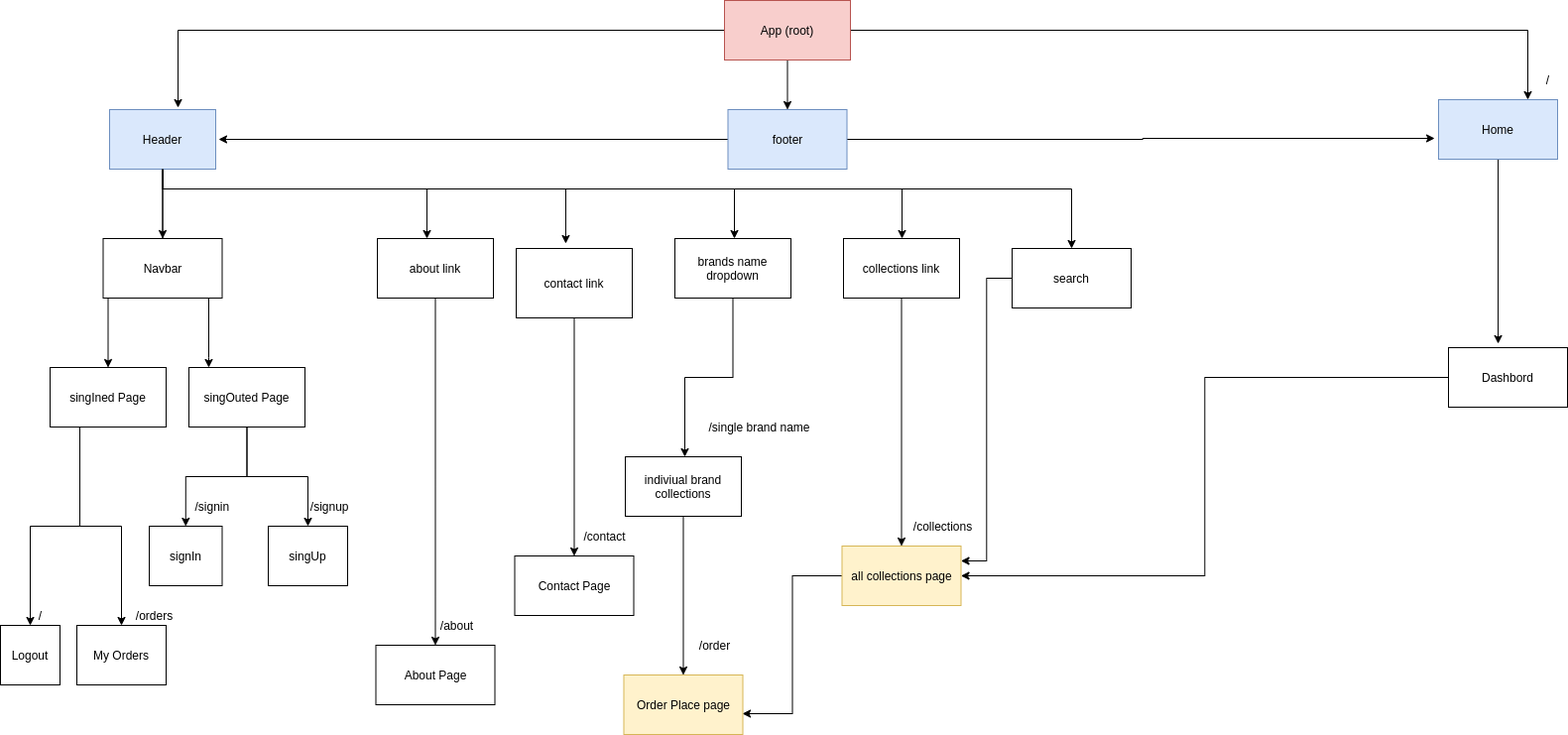
Above: flowChart.png in kapeiharshad/ecommerce-ui (draw.io), before the change. Source tidied: cells renumbered, new cells last; positions are measured from the earlier drawing's top-left corner, leaving out a move shared by most shapes.
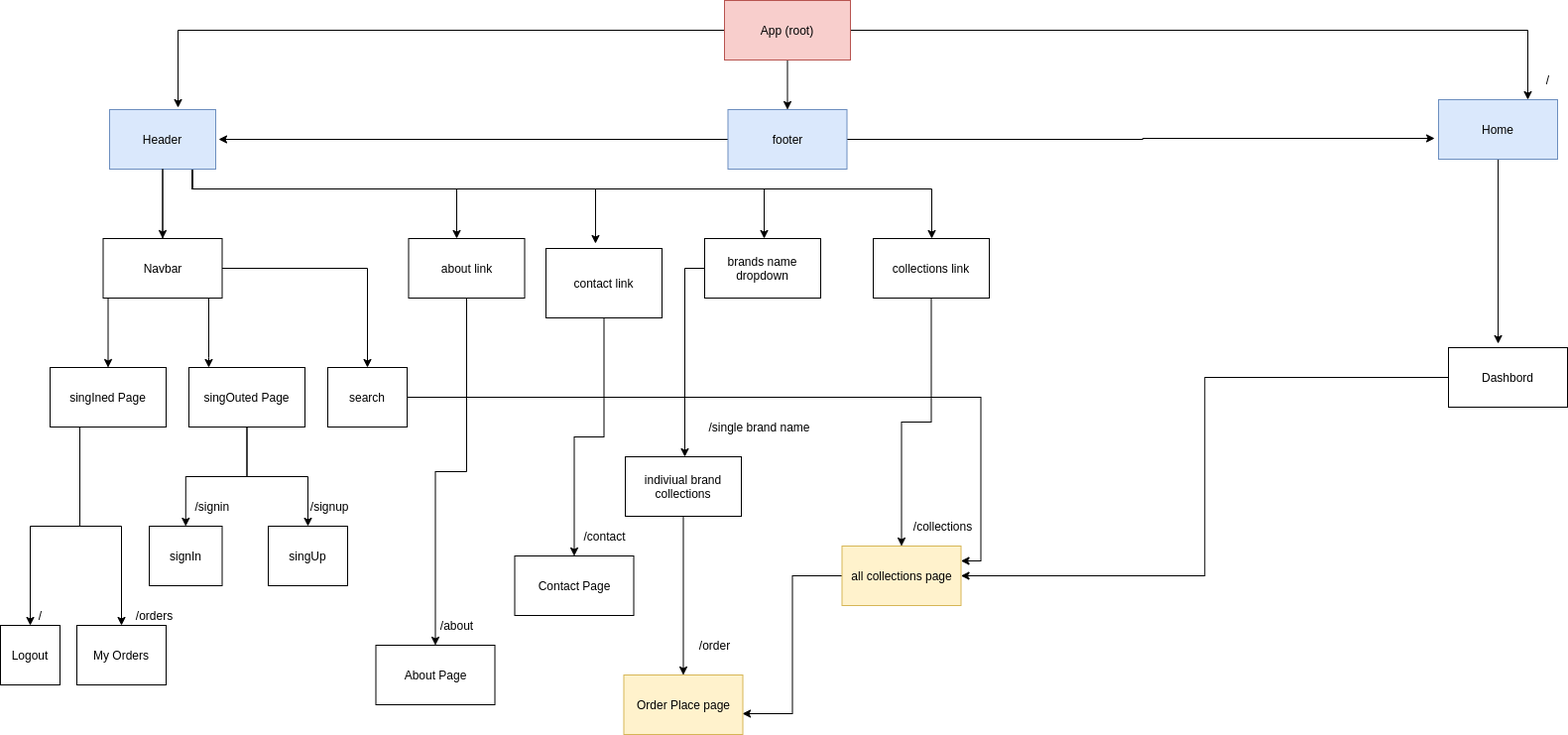
The same diagram one commit later.

What changed in the source:
```diff
@@ -25,49 +25,44 @@
         </Array>
       </mxGeometry>
     </mxCell>
-    <mxCell id="8" style="edgeStyle=orthogonalEdgeStyle;rounded=0;jettySize=auto;html=1;" parent="1" edge="1" source="13">
+    <mxCell id="8" style="edgeStyle=orthogonalEdgeStyle;rounded=0;orthogonalLoop=1;jettySize=auto;html=1;" parent="1" edge="1">
       <mxGeometry relative="1" as="geometry">
-        <mxPoint x="430" y="240" as="targetPoint" />
+        <mxPoint x="193.5" y="170" as="sourcePoint" />
+        <mxPoint x="460" y="240" as="targetPoint" />
         <Array as="points">
-          <mxPoint x="164" y="190" />
-          <mxPoint x="430" y="190" />
+          <mxPoint x="194" y="190" />
+          <mxPoint x="460" y="190" />
         </Array>
       </mxGeometry>
     </mxCell>
-    <mxCell id="9" style="edgeStyle=orthogonalEdgeStyle;rounded=0;jettySize=auto;html=1;entryX=0.427;entryY=-0.071;entryDx=0;entryDy=0;entryPerimeter=0;" parent="1" edge="1" source="13" target="23">
+    <mxCell id="9" style="edgeStyle=orthogonalEdgeStyle;rounded=0;jettySize=auto;html=1;entryX=0.427;entryY=-0.071;entryDx=0;entryDy=0;entryPerimeter=0;" parent="1" edge="1" target="23">
       <mxGeometry relative="1" as="geometry">
+        <mxPoint x="193.5" y="170" as="sourcePoint" />
         <Array as="points">
-          <mxPoint x="164" y="190" />
-          <mxPoint x="570" y="190" />
+          <mxPoint x="194" y="190" />
+          <mxPoint x="600" y="190" />
         </Array>
       </mxGeometry>
     </mxCell>
-    <mxCell id="10" style="edgeStyle=orthogonalEdgeStyle;rounded=0;jettySize=auto;html=1;" parent="1" edge="1" source="13">
+    <mxCell id="10" style="edgeStyle=orthogonalEdgeStyle;rounded=0;orthogonalLoop=1;jettySize=auto;html=1;" parent="1" edge="1">
       <mxGeometry relative="1" as="geometry">
-        <mxPoint x="740" y="240" as="targetPoint" />
+        <mxPoint x="193.5" y="170" as="sourcePoint" />
+        <mxPoint x="770" y="240" as="targetPoint" />
         <Array as="points">
-          <mxPoint x="164" y="190" />
-          <mxPoint x="740" y="190" />
+          <mxPoint x="194" y="190" />
+          <mxPoint x="770" y="190" />
         </Array>
       </mxGeometry>
     </mxCell>
-    <mxCell id="11" style="edgeStyle=orthogonalEdgeStyle;rounded=0;jettySize=auto;html=1;" parent="1" edge="1" source="13" target="27">
+    <mxCell id="11" style="edgeStyle=orthogonalEdgeStyle;rounded=0;jettySize=auto;html=1;" parent="1" edge="1" target="27">
       <mxGeometry relative="1" as="geometry">
+        <mxPoint x="193.5" y="170" as="sourcePoint" />
         <Array as="points">
-          <mxPoint x="164" y="190" />
-          <mxPoint x="909" y="190" />
+          <mxPoint x="194" y="190" />
+          <mxPoint x="939" y="190" />
         </Array>
       </mxGeometry>
     </mxCell>
-    <mxCell id="12" style="edgeStyle=orthogonalEdgeStyle;rounded=0;jettySize=auto;html=1;" parent="1" edge="1" source="13">
-      <mxGeometry relative="1" as="geometry">
-        <mxPoint x="1080" y="250" as="targetPoint" />
-        <Array as="points">
-          <mxPoint x="164" y="190" />
-          <mxPoint x="1080" y="190" />
-        </Array>
-      </mxGeometry>
-    </mxCell>
     <mxCell id="13" value="Header" style="rounded=0;whiteSpace=wrap;html=1;fillColor=#dae8fc;strokeColor=#6c8ebf;" parent="1" vertex="1">
       <mxGeometry x="110" y="110" width="107" height="60" as="geometry" />
     </mxCell>
@@ -103,13 +98,13 @@
       <mxGeometry relative="1" as="geometry" />
     </mxCell>
     <mxCell id="21" value="about link" style="rounded=0;whiteSpace=wrap;html=1;" parent="1" vertex="1">
-      <mxGeometry x="380" y="240" width="117" height="60" as="geometry" />
+      <mxGeometry x="411.5" y="240" width="117" height="60" as="geometry" />
     </mxCell>
     <mxCell id="22" style="edgeStyle=orthogonalEdgeStyle;rounded=0;jettySize=auto;html=1;" parent="1" edge="1" source="23" target="44">
       <mxGeometry relative="1" as="geometry" />
     </mxCell>
     <mxCell id="23" value="contact link" style="rounded=0;whiteSpace=wrap;html=1;" parent="1" vertex="1">
-      <mxGeometry x="520" y="250" width="117" height="70" as="geometry" />
+      <mxGeometry x="550" y="250" width="117" height="70" as="geometry" />
     </mxCell>
     <mxCell id="24" style="edgeStyle=orthogonalEdgeStyle;rounded=0;jettySize=auto;html=1;" parent="1" edge="1" source="25">
       <mxGeometry relative="1" as="geometry">
@@ -117,13 +112,13 @@
       </mxGeometry>
     </mxCell>
     <mxCell id="25" value="brands name dropdown" style="rounded=0;whiteSpace=wrap;html=1;" parent="1" vertex="1">
-      <mxGeometry x="680" y="240" width="117" height="60" as="geometry" />
+      <mxGeometry x="710" y="240" width="117" height="60" as="geometry" />
     </mxCell>
     <mxCell id="26" style="edgeStyle=orthogonalEdgeStyle;rounded=0;jettySize=auto;html=1;" parent="1" edge="1" source="27" target="53">
       <mxGeometry relative="1" as="geometry" />
     </mxCell>
     <mxCell id="27" value="collections link" style="rounded=0;whiteSpace=wrap;html=1;" parent="1" vertex="1">
-      <mxGeometry x="850" y="240" width="117" height="60" as="geometry" />
+      <mxGeometry x="880" y="240" width="117" height="60" as="geometry" />
     </mxCell>
     <mxCell id="28" value="&amp;nbsp; &amp;nbsp; &lt;br&gt;" style="text;html=1;align=center;verticalAlign=middle;" parent="1" vertex="1">
       <mxGeometry x="940" y="205" width="30" height="20" as="geometry" />
@@ -137,6 +132,9 @@
     <mxCell id="31" value="/single brand name" style="text;html=1;align=center;verticalAlign=middle;" parent="1" vertex="1">
       <mxGeometry x="705" y="420" width="120" height="20" as="geometry" />
     </mxCell>
+    <mxCell id="61" style="edgeStyle=orthogonalEdgeStyle;rounded=0;jettySize=auto;html=1;" parent="1" edge="1" source="32" target="35">
+      <mxGeometry relative="1" as="geometry" />
+    </mxCell>
     <mxCell id="32" value="Navbar" style="rounded=0;whiteSpace=wrap;html=1;" parent="1" vertex="1">
       <mxGeometry x="103.5" y="240" width="120" height="60" as="geometry" />
     </mxCell>
@@ -147,7 +145,7 @@
       <mxGeometry relative="1" as="geometry" />
     </mxCell>
     <mxCell id="35" value="search" style="rounded=0;whiteSpace=wrap;html=1;" parent="1" vertex="1">
-      <mxGeometry x="1020" y="250" width="120" height="60" as="geometry" />
+      <mxGeometry x="330" y="370" width="80" height="60" as="geometry" />
     </mxCell>
     <mxCell id="36" value="Logout" style="rounded=0;whiteSpace=wrap;html=1;" parent="1" vertex="1">
       <mxGeometry y="630" width="60" height="60" as="geometry" />
```
